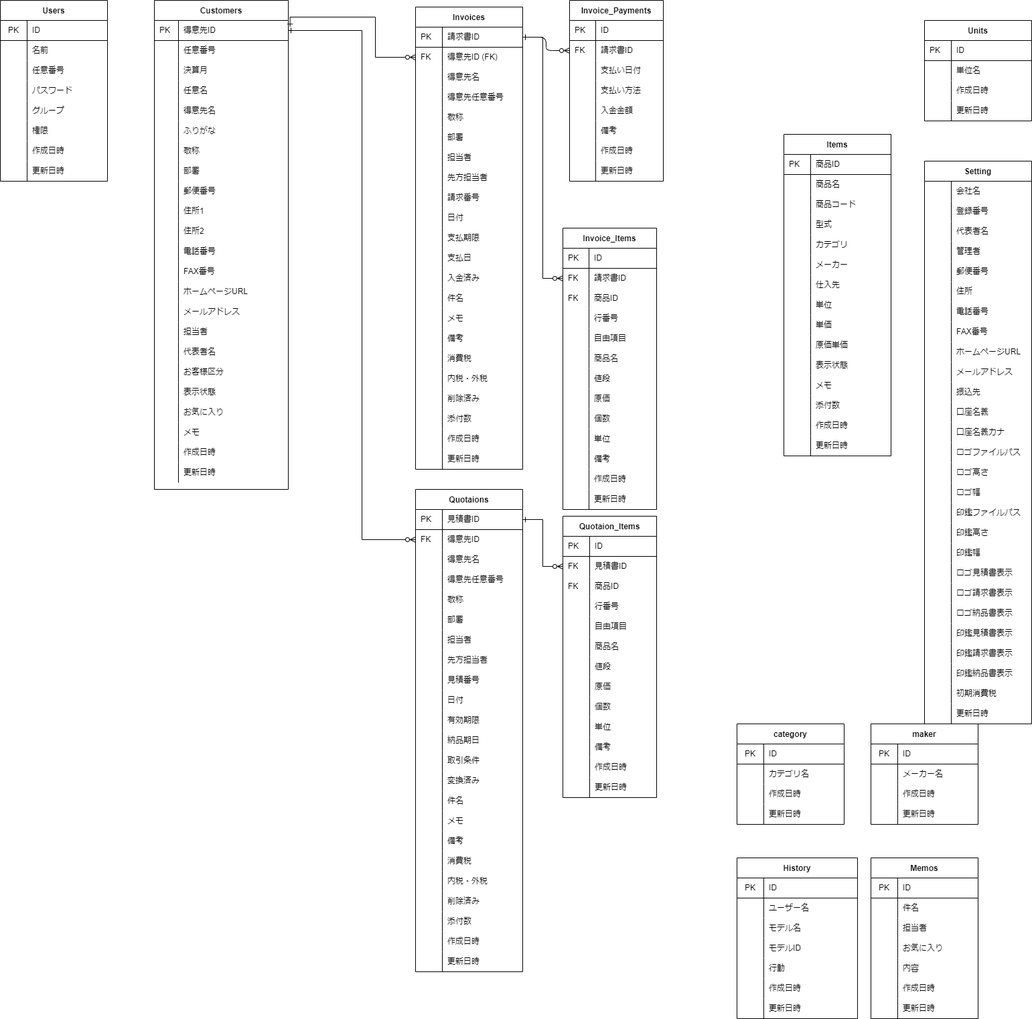
gamasenninn/caddie-clone keeps this draw.io diagram as soho_er.png. Above is the earlier version. Source tidied: cells renumbered, new cells last; positions are measured from the earlier drawing's top-left corner, leaving out a move shared by most shapes.
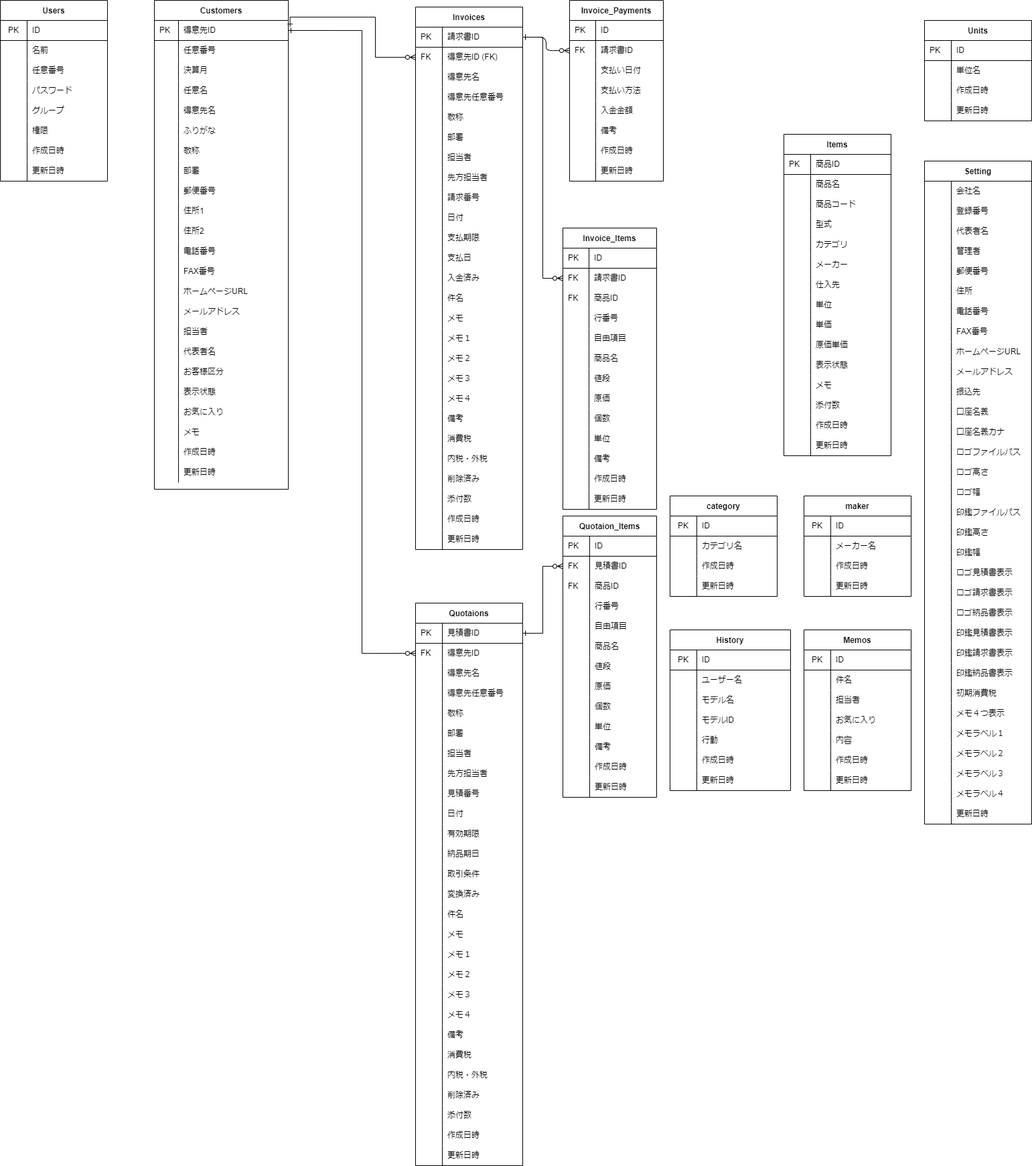
The same diagram one commit later.

Change to the diagram source:
```diff
@@ -353,3 +353,3 @@
     <mxCell id="118" value="Invoices" style="shape=table;startSize=30;rowLines=0;fontStyle=1;align=center;" parent="1" vertex="1">
-      <mxGeometry x="620" y="10" width="160" height="690" as="geometry" />
+      <mxGeometry x="620" y="10" width="160" height="810" as="geometry" />
     </mxCell>
@@ -490,4 +490,40 @@
     </mxCell>
+    <mxCell id="555" style="shape=partialRectangle;html=1;whiteSpace=wrap;fillColor=none;top=0;left=0;bottom=0;right=0;" parent="118" vertex="1">
+      <mxGeometry y="480" width="160" height="30" as="geometry" />
+    </mxCell>
+    <mxCell id="556" style="shape=partialRectangle;html=1;whiteSpace=wrap;fillColor=none;top=0;left=0;bottom=0;right=0;align=left;spacingLeft=6;overflow=hidden;" parent="555" vertex="1">
+      <mxGeometry width="40" height="30" as="geometry" />
+    </mxCell>
+    <mxCell id="557" value="メモ１" style="shape=partialRectangle;html=1;whiteSpace=wrap;fillColor=none;top=0;left=0;bottom=0;right=0;align=left;spacingLeft=6;overflow=hidden;" parent="555" vertex="1">
+      <mxGeometry x="40" width="120" height="30" as="geometry" />
+    </mxCell>
+    <mxCell id="558" style="shape=partialRectangle;html=1;whiteSpace=wrap;fillColor=none;top=0;left=0;bottom=0;right=0;" parent="118" vertex="1">
+      <mxGeometry y="510" width="160" height="30" as="geometry" />
+    </mxCell>
+    <mxCell id="559" style="shape=partialRectangle;html=1;whiteSpace=wrap;fillColor=none;top=0;left=0;bottom=0;right=0;align=left;spacingLeft=6;overflow=hidden;" parent="558" vertex="1">
+      <mxGeometry width="40" height="30" as="geometry" />
+    </mxCell>
+    <mxCell id="560" value="メモ２" style="shape=partialRectangle;html=1;whiteSpace=wrap;fillColor=none;top=0;left=0;bottom=0;right=0;align=left;spacingLeft=6;overflow=hidden;" parent="558" vertex="1">
+      <mxGeometry x="40" width="120" height="30" as="geometry" />
+    </mxCell>
+    <mxCell id="561" style="shape=partialRectangle;html=1;whiteSpace=wrap;fillColor=none;top=0;left=0;bottom=0;right=0;" parent="118" vertex="1">
+      <mxGeometry y="540" width="160" height="30" as="geometry" />
+    </mxCell>
+    <mxCell id="562" style="shape=partialRectangle;html=1;whiteSpace=wrap;fillColor=none;top=0;left=0;bottom=0;right=0;align=left;spacingLeft=6;overflow=hidden;" parent="561" vertex="1">
+      <mxGeometry width="40" height="30" as="geometry" />
+    </mxCell>
+    <mxCell id="563" value="メモ３" style="shape=partialRectangle;html=1;whiteSpace=wrap;fillColor=none;top=0;left=0;bottom=0;right=0;align=left;spacingLeft=6;overflow=hidden;" parent="561" vertex="1">
+      <mxGeometry x="40" width="120" height="30" as="geometry" />
+    </mxCell>
+    <mxCell id="564" style="shape=partialRectangle;html=1;whiteSpace=wrap;fillColor=none;top=0;left=0;bottom=0;right=0;" parent="118" vertex="1">
+      <mxGeometry y="570" width="160" height="30" as="geometry" />
+    </mxCell>
+    <mxCell id="565" style="shape=partialRectangle;html=1;whiteSpace=wrap;fillColor=none;top=0;left=0;bottom=0;right=0;align=left;spacingLeft=6;overflow=hidden;" parent="564" vertex="1">
+      <mxGeometry width="40" height="30" as="geometry" />
+    </mxCell>
+    <mxCell id="566" value="メモ４" style="shape=partialRectangle;html=1;whiteSpace=wrap;fillColor=none;top=0;left=0;bottom=0;right=0;align=left;spacingLeft=6;overflow=hidden;" parent="564" vertex="1">
+      <mxGeometry x="40" width="120" height="30" as="geometry" />
+    </mxCell>
     <mxCell id="164" style="shape=partialRectangle;html=1;whiteSpace=wrap;fillColor=none;top=0;left=0;bottom=0;right=0;" parent="118" vertex="1">
-      <mxGeometry y="480" width="160" height="30" as="geometry" />
+      <mxGeometry y="600" width="160" height="30" as="geometry" />
     </mxCell>
@@ -500,3 +536,3 @@
     <mxCell id="167" style="shape=partialRectangle;html=1;whiteSpace=wrap;fillColor=none;top=0;left=0;bottom=0;right=0;" parent="118" vertex="1">
-      <mxGeometry y="510" width="160" height="30" as="geometry" />
+      <mxGeometry y="630" width="160" height="30" as="geometry" />
     </mxCell>
@@ -509,3 +545,3 @@
     <mxCell id="170" style="shape=partialRectangle;html=1;whiteSpace=wrap;fillColor=none;top=0;left=0;bottom=0;right=0;" parent="118" vertex="1">
-      <mxGeometry y="540" width="160" height="30" as="geometry" />
+      <mxGeometry y="660" width="160" height="30" as="geometry" />
     </mxCell>
@@ -518,3 +554,3 @@
     <mxCell id="173" style="shape=partialRectangle;html=1;whiteSpace=wrap;fillColor=none;top=0;left=0;bottom=0;right=0;" parent="118" vertex="1">
-      <mxGeometry y="570" width="160" height="30" as="geometry" />
+      <mxGeometry y="690" width="160" height="30" as="geometry" />
     </mxCell>
@@ -527,3 +563,3 @@
     <mxCell id="176" style="shape=partialRectangle;html=1;whiteSpace=wrap;fillColor=none;top=0;left=0;bottom=0;right=0;" parent="118" vertex="1">
-      <mxGeometry y="600" width="160" height="30" as="geometry" />
+      <mxGeometry y="720" width="160" height="30" as="geometry" />
     </mxCell>
@@ -536,3 +572,3 @@
     <mxCell id="179" style="shape=partialRectangle;html=1;whiteSpace=wrap;fillColor=none;top=0;left=0;bottom=0;right=0;" parent="118" vertex="1">
-      <mxGeometry y="630" width="160" height="30" as="geometry" />
+      <mxGeometry y="750" width="160" height="30" as="geometry" />
     </mxCell>
@@ -545,3 +581,3 @@
     <mxCell id="182" style="shape=partialRectangle;html=1;whiteSpace=wrap;fillColor=none;top=0;left=0;bottom=0;right=0;" parent="118" vertex="1">
-      <mxGeometry y="660" width="160" height="30" as="geometry" />
+      <mxGeometry y="780" width="160" height="30" as="geometry" />
     </mxCell>
@@ -674,3 +710,3 @@
     <mxCell id="225" value="Quotaions" style="shape=table;startSize=30;rowLines=0;fontStyle=1;align=center;" parent="1" vertex="1">
-      <mxGeometry x="620" y="730" width="160" height="720" as="geometry" />
+      <mxGeometry x="620" y="900" width="160" height="840" as="geometry" />
     </mxCell>
@@ -820,4 +856,40 @@
     </mxCell>
+    <mxCell id="567" style="shape=partialRectangle;html=1;whiteSpace=wrap;fillColor=none;top=0;left=0;bottom=0;right=0;" parent="225" vertex="1">
+      <mxGeometry y="510" width="160" height="30" as="geometry" />
+    </mxCell>
+    <mxCell id="568" style="shape=partialRectangle;html=1;whiteSpace=wrap;fillColor=none;top=0;left=0;bottom=0;right=0;align=left;spacingLeft=6;overflow=hidden;" parent="567" vertex="1">
+      <mxGeometry width="40" height="30" as="geometry" />
+    </mxCell>
+    <mxCell id="569" value="メモ１" style="shape=partialRectangle;html=1;whiteSpace=wrap;fillColor=none;top=0;left=0;bottom=0;right=0;align=left;spacingLeft=6;overflow=hidden;" parent="567" vertex="1">
+      <mxGeometry x="40" width="120" height="30" as="geometry" />
+    </mxCell>
+    <mxCell id="570" style="shape=partialRectangle;html=1;whiteSpace=wrap;fillColor=none;top=0;left=0;bottom=0;right=0;" parent="225" vertex="1">
+      <mxGeometry y="540" width="160" height="30" as="geometry" />
+    </mxCell>
+    <mxCell id="571" style="shape=partialRectangle;html=1;whiteSpace=wrap;fillColor=none;top=0;left=0;bottom=0;right=0;align=left;spacingLeft=6;overflow=hidden;" parent="570" vertex="1">
+      <mxGeometry width="40" height="30" as="geometry" />
+    </mxCell>
+    <mxCell id="572" value="メモ２" style="shape=partialRectangle;html=1;whiteSpace=wrap;fillColor=none;top=0;left=0;bottom=0;right=0;align=left;spacingLeft=6;overflow=hidden;" parent="570" vertex="1">
+      <mxGeometry x="40" width="120" height="30" as="geometry" />
+    </mxCell>
+    <mxCell id="573" style="shape=partialRectangle;html=1;whiteSpace=wrap;fillColor=none;top=0;left=0;bottom=0;right=0;" parent="225" vertex="1">
+      <mxGeometry y="570" width="160" height="30" as="geometry" />
+    </mxCell>
+    <mxCell id="574" style="shape=partialRectangle;html=1;whiteSpace=wrap;fillColor=none;top=0;left=0;bottom=0;right=0;align=left;spacingLeft=6;overflow=hidden;" parent="573" vertex="1">
+      <mxGeometry width="40" height="30" as="geometry" />
+    </mxCell>
+    <mxCell id="575" value="メモ３" style="shape=partialRectangle;html=1;whiteSpace=wrap;fillColor=none;top=0;left=0;bottom=0;right=0;align=left;spacingLeft=6;overflow=hidden;" parent="573" vertex="1">
+      <mxGeometry x="40" width="120" height="30" as="geometry" />
+    </mxCell>
+    <mxCell id="576" style="shape=partialRectangle;html=1;whiteSpace=wrap;fillColor=none;top=0;left=0;bottom=0;right=0;" parent="225" vertex="1">
+      <mxGeometry y="600" width="160" height="30" as="geometry" />
+    </mxCell>
+    <mxCell id="577" style="shape=partialRectangle;html=1;whiteSpace=wrap;fillColor=none;top=0;left=0;bottom=0;right=0;align=left;spacingLeft=6;overflow=hidden;" parent="576" vertex="1">
+      <mxGeometry width="40" height="30" as="geometry" />
+    </mxCell>
+    <mxCell id="578" value="メモ４" style="shape=partialRectangle;html=1;whiteSpace=wrap;fillColor=none;top=0;left=0;bottom=0;right=0;align=left;spacingLeft=6;overflow=hidden;" parent="576" vertex="1">
+      <mxGeometry x="40" width="120" height="30" as="geometry" />
+    </mxCell>
     <mxCell id="274" style="shape=partialRectangle;html=1;whiteSpace=wrap;fillColor=none;top=0;left=0;bottom=0;right=0;" parent="225" vertex="1">
-      <mxGeometry y="510" width="160" height="30" as="geometry" />
+      <mxGeometry y="630" width="160" height="30" as="geometry" />
     </mxCell>
@@ -830,3 +902,3 @@
     <mxCell id="277" style="shape=partialRectangle;html=1;whiteSpace=wrap;fillColor=none;top=0;left=0;bottom=0;right=0;" parent="225" vertex="1">
-      <mxGeometry y="540" width="160" height="30" as="geometry" />
+      <mxGeometry y="660" width="160" height="30" as="geometry" />
     </mxCell>
@@ -839,3 +911,3 @@
     <mxCell id="280" style="shape=partialRectangle;html=1;whiteSpace=wrap;fillColor=none;top=0;left=0;bottom=0;right=0;" parent="225" vertex="1">
-      <mxGeometry y="570" width="160" height="30" as="geometry" />
+      <mxGeometry y="690" width="160" height="30" as="geometry" />
     </mxCell>
@@ -848,3 +920,3 @@
     <mxCell id="283" style="shape=partialRectangle;html=1;whiteSpace=wrap;fillColor=none;top=0;left=0;bottom=0;right=0;" parent="225" vertex="1">
-      <mxGeometry y="600" width="160" height="30" as="geometry" />
+      <mxGeometry y="720" width="160" height="30" as="geometry" />
     </mxCell>
@@ -857,3 +929,3 @@
     <mxCell id="286" style="shape=partialRectangle;html=1;whiteSpace=wrap;fillColor=none;top=0;left=0;bottom=0;right=0;" parent="225" vertex="1">
-      <mxGeometry y="630" width="160" height="30" as="geometry" />
+      <mxGeometry y="750" width="160" height="30" as="geometry" />
     </mxCell>
@@ -866,3 +938,3 @@
     <mxCell id="289" style="shape=partialRectangle;html=1;whiteSpace=wrap;fillColor=none;top=0;left=0;bottom=0;right=0;" parent="225" vertex="1">
-      <mxGeometry y="660" width="160" height="30" as="geometry" />
+      <mxGeometry y="780" width="160" height="30" as="geometry" />
     </mxCell>
@@ -875,3 +947,3 @@
     <mxCell id="292" style="shape=partialRectangle;html=1;whiteSpace=wrap;fillColor=none;top=0;left=0;bottom=0;right=0;" parent="225" vertex="1">
-      <mxGeometry y="690" width="160" height="30" as="geometry" />
+      <mxGeometry y="810" width="160" height="30" as="geometry" />
     </mxCell>
@@ -1043,3 +1115,3 @@
     <mxCell id="348" value="Setting" style="shape=table;startSize=30;rowLines=0;fontStyle=1;align=center;" parent="1" vertex="1">
-      <mxGeometry x="1380" y="240" width="160" height="840" as="geometry" />
+      <mxGeometry x="1380" y="240" width="160" height="990" as="geometry" />
     </mxCell>
@@ -1279,4 +1351,49 @@
     </mxCell>
+    <mxCell id="579" style="shape=partialRectangle;html=1;whiteSpace=wrap;fillColor=none;top=0;left=0;bottom=0;right=0;" parent="348" vertex="1">
+      <mxGeometry y="810" width="160" height="30" as="geometry" />
+    </mxCell>
+    <mxCell id="580" style="shape=partialRectangle;html=1;whiteSpace=wrap;fillColor=none;top=0;left=0;bottom=0;right=0;align=left;spacingLeft=6;overflow=hidden;" parent="579" vertex="1">
+      <mxGeometry width="40" height="30" as="geometry" />
+    </mxCell>
+    <mxCell id="581" value="メモ４つ表示" style="shape=partialRectangle;html=1;whiteSpace=wrap;fillColor=none;top=0;left=0;bottom=0;right=0;align=left;spacingLeft=6;overflow=hidden;" parent="579" vertex="1">
+      <mxGeometry x="40" width="120" height="30" as="geometry" />
+    </mxCell>
+    <mxCell id="582" style="shape=partialRectangle;html=1;whiteSpace=wrap;fillColor=none;top=0;left=0;bottom=0;right=0;" parent="348" vertex="1">
+      <mxGeometry y="840" width="160" height="30" as="geometry" />
+    </mxCell>
+    <mxCell id="583" style="shape=partialRectangle;html=1;whiteSpace=wrap;fillColor=none;top=0;left=0;bottom=0;right=0;align=left;spacingLeft=6;overflow=hidden;" parent="582" vertex="1">
+      <mxGeometry width="40" height="30" as="geometry" />
+    </mxCell>
+    <mxCell id="584" value="メモラベル１" style="shape=partialRectangle;html=1;whiteSpace=wrap;fillColor=none;top=0;left=0;bottom=0;right=0;align=left;spacingLeft=6;overflow=hidden;" parent="582" vertex="1">
+      <mxGeometry x="40" width="120" height="30" as="geometry" />
+    </mxCell>
+    <mxCell id="585" style="shape=partialRectangle;html=1;whiteSpace=wrap;fillColor=none;top=0;left=0;bottom=0;right=0;" parent="348" vertex="1">
+      <mxGeometry y="870" width="160" height="30" as="geometry" />
+    </mxCell>
+    <mxCell id="586" style="shape=partialRectangle;html=1;whiteSpace=wrap;fillColor=none;top=0;left=0;bottom=0;right=0;align=left;spacingLeft=6;overflow=hidden;" parent="585" vertex="1">
+      <mxGeometry width="40" height="30" as="geometry" />
+    </mxCell>
+    <mxCell id="587" value="メモラベル２" style="shape=partialRectangle;html=1;whiteSpace=wrap;fillColor=none;top=0;left=0;bottom=0;right=0;align=left;spacingLeft=6;overflow=hidden;" parent="585" vertex="1">
+      <mxGeometry x="40" width="120" height="30" as="geometry" />
+    </mxCell>
+    <mxCell id="588" style="shape=partialRectangle;html=1;whiteSpace=wrap;fillColor=none;top=0;left=0;bottom=0;right=0;" parent="348" vertex="1">
+      <mxGeometry y="900" width="160" height="30" as="geometry" />
+    </mxCell>
+    <mxCell id="589" style="shape=partialRectangle;html=1;whiteSpace=wrap;fillColor=none;top=0;left=0;bottom=0;right=0;align=left;spacingLeft=6;overflow=hidden;" parent="588" vertex="1">
+      <mxGeometry width="40" height="30" as="geometry" />
+    </mxCell>
+    <mxCell id="590" value="メモラベル３" style="shape=partialRectangle;html=1;whiteSpace=wrap;fillColor=none;top=0;left=0;bottom=0;right=0;align=left;spacingLeft=6;overflow=hidden;" parent="588" vertex="1">
+      <mxGeometry x="40" width="120" height="30" as="geometry" />
+    </mxCell>
+    <mxCell id="591" style="shape=partialRectangle;html=1;whiteSpace=wrap;fillColor=none;top=0;left=0;bottom=0;right=0;" parent="348" vertex="1">
+      <mxGeometry y="930" width="160" height="30" as="geometry" />
+    </mxCell>
+    <mxCell id="592" style="shape=partialRectangle;html=1;whiteSpace=wrap;fillColor=none;top=0;left=0;bottom=0;right=0;align=left;spacingLeft=6;overflow=hidden;" parent="591" vertex="1">
+      <mxGeometry width="40" height="30" as="geometry" />
+    </mxCell>
+    <mxCell id="593" value="メモラベル４" style="shape=partialRectangle;html=1;whiteSpace=wrap;fillColor=none;top=0;left=0;bottom=0;right=0;align=left;spacingLeft=6;overflow=hidden;" parent="591" vertex="1">
+      <mxGeometry x="40" width="120" height="30" as="geometry" />
+    </mxCell>
     <mxCell id="427" style="shape=partialRectangle;html=1;whiteSpace=wrap;fillColor=none;top=0;left=0;bottom=0;right=0;" parent="348" vertex="1">
-      <mxGeometry y="810" width="160" height="30" as="geometry" />
+      <mxGeometry y="960" width="160" height="30" as="geometry" />
     </mxCell>
@@ -1299,3 +1416,3 @@
         <Array as="points">
-          <mxPoint x="540" y="805" />
+          <mxPoint x="540" y="975" />
           <mxPoint x="540" y="45" />
@@ -1311,3 +1428,3 @@
     <mxCell id="434" value="Memos" style="shape=table;startSize=30;rowLines=0;fontStyle=1;align=center;" parent="1" vertex="1">
-      <mxGeometry x="1300" y="1280" width="160" height="240" as="geometry" />
+      <mxGeometry x="1200" y="940" width="160" height="240" as="geometry" />
     </mxCell>
@@ -1452,3 +1569,3 @@
     <mxCell id="481" value="maker" style="shape=table;startSize=30;rowLines=0;fontStyle=1;align=center;" parent="1" vertex="1">
-      <mxGeometry x="1300" y="1080" width="160" height="150" as="geometry" />
+      <mxGeometry x="1200" y="740" width="160" height="150" as="geometry" />
     </mxCell>
@@ -1491,3 +1608,3 @@
     <mxCell id="494" value="category" style="shape=table;startSize=30;rowLines=0;fontStyle=1;align=center;" parent="1" vertex="1">
-      <mxGeometry x="1100" y="1080" width="160" height="150" as="geometry" />
+      <mxGeometry x="1000" y="740" width="160" height="150" as="geometry" />
     </mxCell>
@@ -1530,3 +1647,3 @@
     <mxCell id="507" value="History" style="shape=table;startSize=30;rowLines=0;fontStyle=1;align=center;" parent="1" vertex="1">
-      <mxGeometry x="1100" y="1280" width="180" height="240" as="geometry" />
+      <mxGeometry x="1000" y="940" width="180" height="240" as="geometry" />
     </mxCell>
```
